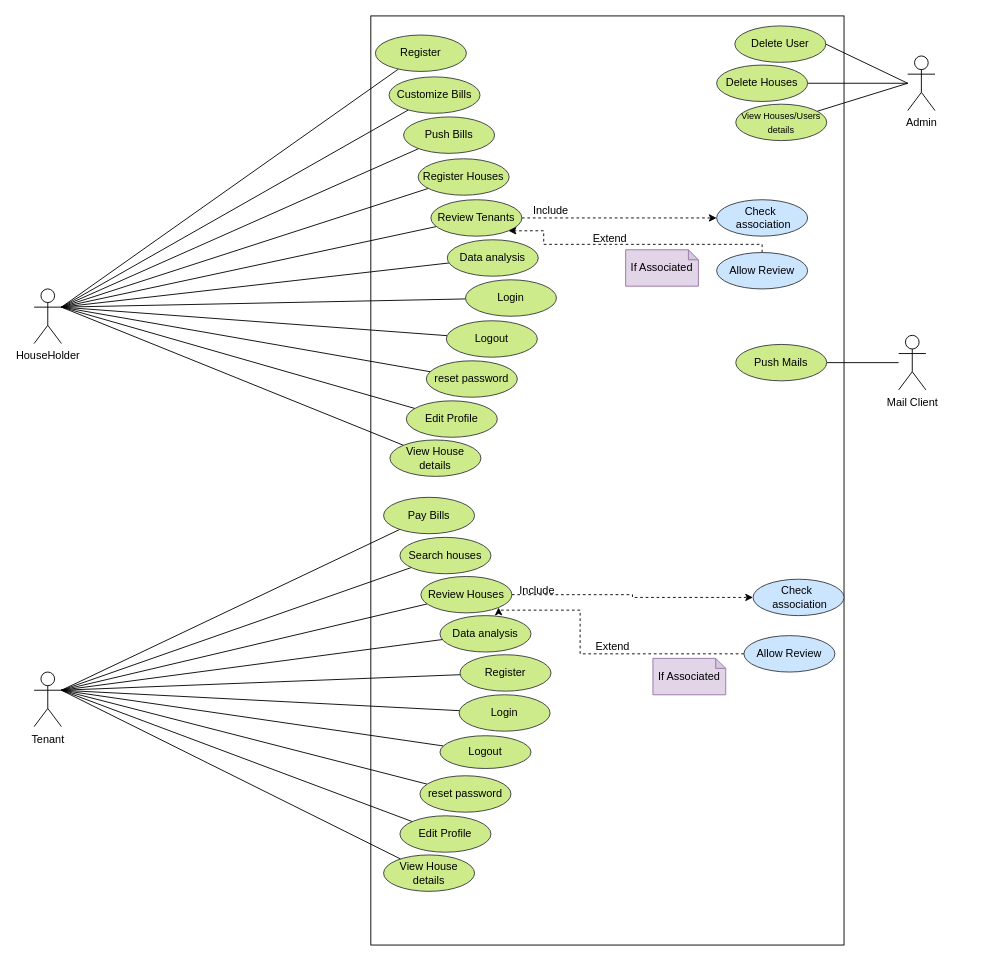
This is FYP-Doc/useCase.drawio from lsuyogya/House-Rent-Management, a draw.io file, before an edit. Source tidied: cells renumbered, new cells numbered last; positions are measured from the earlier drawing's top-left corner, leaving out a move shared by most shapes. Both pictures are drawn from the tidied source at 91%, with x=0, y=0 at pixel (34, 15).
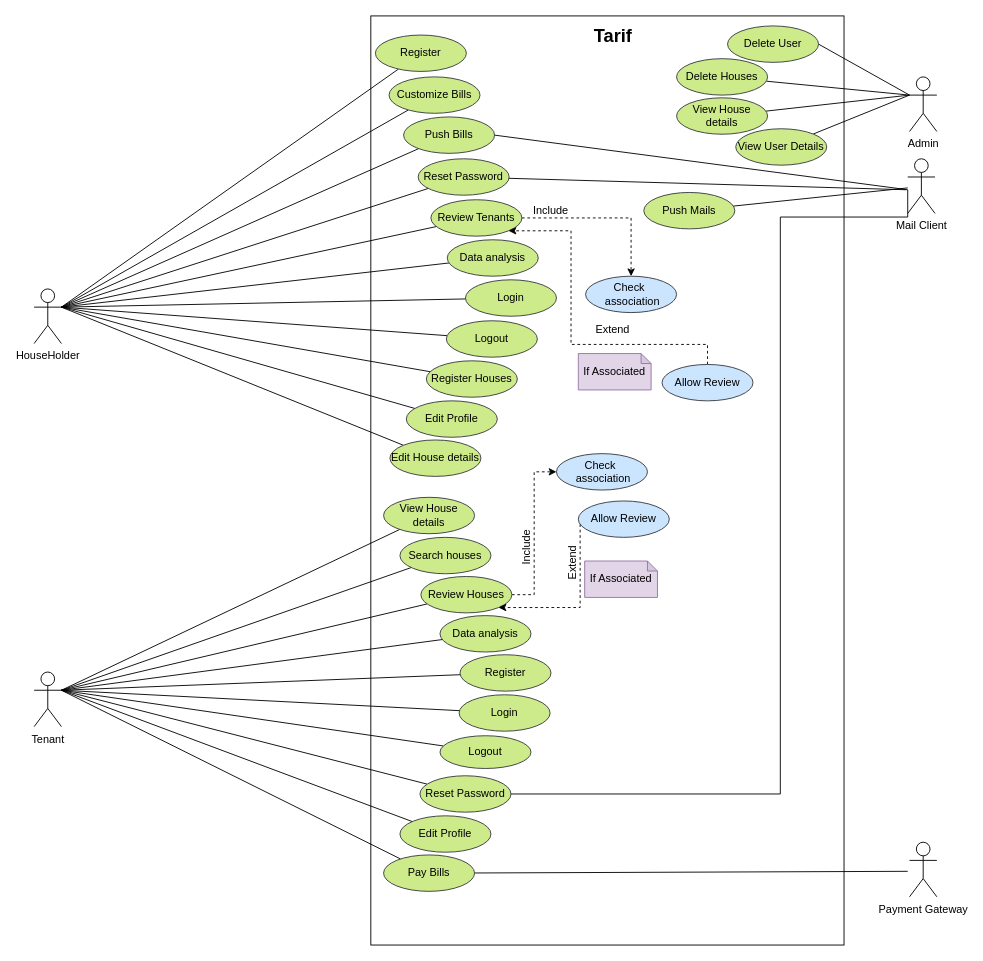
The same diagram, later.

The change refers to these unchanged cells:
```xml
<mxCell id="6" value="Push Bills" style="ellipse;whiteSpace=wrap;html=1;fillColor=#cdeb8b;strokeColor=#36393d;" parent="1" vertex="1">
  <mxGeometry x="406" y="111" width="100" height="40" as="geometry" />
</mxCell>
<mxCell id="17" value="Review Houses" style="ellipse;whiteSpace=wrap;html=1;fillColor=#cdeb8b;strokeColor=#36393d;" parent="1" vertex="1">
  <mxGeometry x="425" y="616" width="100" height="40" as="geometry" />
</mxCell>
<mxCell id="20" value="Review Tenants" style="ellipse;whiteSpace=wrap;html=1;fillColor=#cdeb8b;strokeColor=#36393d;" parent="1" vertex="1">
  <mxGeometry x="436" y="202" width="100" height="40" as="geometry" />
</mxCell>
```

What changed in the source:
```diff
@@
-    <mxCell id="10" value="Pay Bills" style="ellipse;whiteSpace=wrap;html=1;fillColor=#cdeb8b;strokeColor=#36393d;" parent="1" vertex="1">
+    <mxCell id="10" value="&lt;span&gt;View House details&lt;/span&gt;" style="ellipse;whiteSpace=wrap;html=1;fillColor=#cdeb8b;strokeColor=#36393d;" parent="1" vertex="1">
       <mxGeometry x="384" y="529" width="100" height="40" as="geometry" />
     </mxCell>
@@
+    <mxCell id="71" style="edgeStyle=none;rounded=0;jettySize=auto;html=1;endArrow=none;endFill=0;" parent="1" edge="1" source="12">
+      <mxGeometry relative="1" as="geometry">
+        <mxPoint x="958" y="191" as="targetPoint" />
+      </mxGeometry>
+    </mxCell>
-    <mxCell id="12" value="Register Houses" style="ellipse;whiteSpace=wrap;html=1;fillColor=#cdeb8b;strokeColor=#36393d;" parent="1" vertex="1">
+    <mxCell id="12" value="Reset Password" style="ellipse;whiteSpace=wrap;html=1;fillColor=#cdeb8b;strokeColor=#36393d;" parent="1" vertex="1">
       <mxGeometry x="422" y="157" width="100" height="40" as="geometry" />
     </mxCell>
@@
     <mxCell id="25" value="Check&amp;nbsp; &lt;br&gt;&amp;nbsp;association" style="ellipse;whiteSpace=wrap;html=1;fillColor=#cce5ff;strokeColor=#36393d;" parent="1" vertex="1">
-      <mxGeometry x="750" y="202" width="100" height="40" as="geometry" />
+      <mxGeometry x="606" y="286" width="100" height="40" as="geometry" />
     </mxCell>
     <mxCell id="26" style="edgeStyle=orthogonalEdgeStyle;rounded=0;jettySize=auto;html=1;entryX=1;entryY=1;entryDx=0;entryDy=0;dashed=1;" parent="1" edge="1" source="27" target="20">
       <mxGeometry relative="1" as="geometry">
         <Array as="points">
-          <mxPoint x="800" y="251" />
-          <mxPoint x="560" y="251" />
-          <mxPoint x="560" y="236" />
+          <mxPoint x="740" y="361" />
+          <mxPoint x="590" y="361" />
+          <mxPoint x="590" y="236" />
         </Array>
       </mxGeometry>
     </mxCell>
     <mxCell id="27" value="Allow Review" style="ellipse;whiteSpace=wrap;html=1;fillColor=#cce5ff;strokeColor=#36393d;" parent="1" vertex="1">
-      <mxGeometry x="750" y="260" width="100" height="40" as="geometry" />
+      <mxGeometry x="690" y="383" width="100" height="40" as="geometry" />
     </mxCell>
     <mxCell id="28" value="If Associated" style="shape=note;whiteSpace=wrap;html=1;backgroundOutline=1;darkOpacity=0.05;size=11;fillColor=#e1d5e7;strokeColor=#9673a6;" parent="1" vertex="1">
-      <mxGeometry x="650" y="257" width="80" height="40" as="geometry" />
+      <mxGeometry x="598" y="371" width="80" height="40" as="geometry" />
     </mxCell>
     <mxCell id="29" value="Check&amp;nbsp; &lt;br&gt;&amp;nbsp;association" style="ellipse;whiteSpace=wrap;html=1;fillColor=#cce5ff;strokeColor=#36393d;" parent="1" vertex="1">
-      <mxGeometry x="790" y="619" width="100" height="40" as="geometry" />
+      <mxGeometry x="574" y="481" width="100" height="40" as="geometry" />
     </mxCell>
@@
     <mxCell id="31" value="Extend" style="text;html=1;strokeColor=none;fillColor=none;align=center;verticalAlign=middle;whiteSpace=wrap;rounded=0;" parent="1" vertex="1">
-      <mxGeometry x="603" y="230" width="60" height="30" as="geometry" />
+      <mxGeometry x="606" y="330" width="60" height="30" as="geometry" />
     </mxCell>
-    <mxCell id="32" value="Include" style="text;html=1;strokeColor=none;fillColor=none;align=center;verticalAlign=middle;whiteSpace=wrap;rounded=0;" parent="1" vertex="1">
-      <mxGeometry x="523" y="617" width="60" height="30" as="geometry" />
+    <mxCell id="32" value="Include" style="text;html=1;strokeColor=none;fillColor=none;align=center;verticalAlign=middle;whiteSpace=wrap;rounded=0;rotation=-90;" parent="1" vertex="1">
+      <mxGeometry x="511" y="569" width="60" height="30" as="geometry" />
     </mxCell>
     <mxCell id="33" style="edgeStyle=orthogonalEdgeStyle;rounded=0;jettySize=auto;html=1;entryX=1;entryY=1;entryDx=0;entryDy=0;dashed=1;" parent="1" edge="1" source="34" target="17">
       <mxGeometry relative="1" as="geometry">
         <Array as="points">
-          <mxPoint x="600" y="701" />
-          <mxPoint x="600" y="653" />
+          <mxPoint x="600" y="650" />
         </Array>
       </mxGeometry>
     </mxCell>
     <mxCell id="34" value="Allow Review" style="ellipse;whiteSpace=wrap;html=1;fillColor=#cce5ff;strokeColor=#36393d;" parent="1" vertex="1">
-      <mxGeometry x="780" y="681" width="100" height="40" as="geometry" />
+      <mxGeometry x="598" y="533" width="100" height="40" as="geometry" />
     </mxCell>
-    <mxCell id="35" value="Extend" style="text;html=1;strokeColor=none;fillColor=none;align=center;verticalAlign=middle;whiteSpace=wrap;rounded=0;" parent="1" vertex="1">
-      <mxGeometry x="606" y="678" width="60" height="30" as="geometry" />
+    <mxCell id="35" value="Extend" style="text;html=1;strokeColor=none;fillColor=none;align=center;verticalAlign=middle;whiteSpace=wrap;rounded=0;rotation=-90;" parent="1" vertex="1">
+      <mxGeometry x="562" y="586" width="60" height="30" as="geometry" />
     </mxCell>
     <mxCell id="36" value="If Associated" style="shape=note;whiteSpace=wrap;html=1;backgroundOutline=1;darkOpacity=0.05;size=11;fillColor=#e1d5e7;strokeColor=#9673a6;" parent="1" vertex="1">
-      <mxGeometry x="680" y="706" width="80" height="40" as="geometry" />
+      <mxGeometry x="605" y="599" width="80" height="40" as="geometry" />
     </mxCell>
+    <mxCell id="72" style="rounded=0;jettySize=auto;html=1;entryX=1;entryY=0.5;entryDx=0;entryDy=0;endArrow=none;endFill=0;" parent="1" edge="1" target="6">
+      <mxGeometry relative="1" as="geometry">
+        <mxPoint x="960" y="191" as="sourcePoint" />
+      </mxGeometry>
+    </mxCell>
     <mxCell id="37" value="Mail Client" style="shape=umlActor;verticalLabelPosition=bottom;verticalAlign=top;html=1;outlineConnect=0;" parent="1" vertex="1">
-      <mxGeometry x="950" y="351" width="30" height="60" as="geometry" />
+      <mxGeometry x="960" y="157" width="30" height="60" as="geometry" />
     </mxCell>
-    <mxCell id="38" style="edgeStyle=none;rounded=0;jettySize=auto;html=1;entryX=1;entryY=0.5;entryDx=0;entryDy=0;endArrow=none;endFill=0;" parent="1" edge="1" target="40">
-      <mxGeometry relative="1" as="geometry">
-        <mxPoint x="960" y="74" as="sourcePoint" />
-      </mxGeometry>
+    <mxCell id="38" style="edgeStyle=none;rounded=0;jettySize=auto;html=1;entryX=1;entryY=0.5;entryDx=0;entryDy=0;endArrow=none;endFill=0;exitX=0;exitY=0.3333333333333333;exitDx=0;exitDy=0;exitPerimeter=0;" parent="1" edge="1" source="39" target="40">
+      <mxGeometry relative="1" as="geometry" />
     </mxCell>
     <mxCell id="39" value="Admin" style="shape=umlActor;verticalLabelPosition=bottom;verticalAlign=top;html=1;outlineConnect=0;" parent="1" vertex="1">
-      <mxGeometry x="960" y="44" width="30" height="60" as="geometry" />
+      <mxGeometry x="962" y="67" width="30" height="60" as="geometry" />
     </mxCell>
     <mxCell id="40" value="Delete User" style="ellipse;whiteSpace=wrap;html=1;fillColor=#cdeb8b;strokeColor=#36393d;" parent="1" vertex="1">
-      <mxGeometry x="770" y="11" width="100" height="40" as="geometry" />
+      <mxGeometry x="762" y="11" width="100" height="40" as="geometry" />
     </mxCell>
@@
-    <mxCell id="50" value="reset password" style="ellipse;whiteSpace=wrap;html=1;fillColor=#cdeb8b;strokeColor=#36393d;" parent="1" vertex="1">
+    <mxCell id="50" value="Register Houses" style="ellipse;whiteSpace=wrap;html=1;fillColor=#cdeb8b;strokeColor=#36393d;" parent="1" vertex="1">
       <mxGeometry x="431" y="379" width="100" height="40" as="geometry" />
     </mxCell>
@@
-    <mxCell id="54" value="View House details" style="ellipse;whiteSpace=wrap;html=1;fillColor=#cdeb8b;strokeColor=#36393d;" parent="1" vertex="1">
+    <mxCell id="54" value="Edit House details" style="ellipse;whiteSpace=wrap;html=1;fillColor=#cdeb8b;strokeColor=#36393d;" parent="1" vertex="1">
       <mxGeometry x="391" y="466" width="100" height="40" as="geometry" />
     </mxCell>
-    <mxCell id="55" style="edgeStyle=none;rounded=0;jettySize=auto;html=1;fontSize=12;endArrow=none;endFill=0;" parent="1" edge="1" source="56" target="39">
+    <mxCell id="55" style="edgeStyle=none;rounded=0;jettySize=auto;html=1;fontSize=12;endArrow=none;endFill=0;entryX=0;entryY=0.3333333333333333;entryDx=0;entryDy=0;entryPerimeter=0;" parent="1" edge="1" source="56" target="39">
       <mxGeometry relative="1" as="geometry" />
     </mxCell>
     <mxCell id="56" value="Delete Houses" style="ellipse;whiteSpace=wrap;html=1;fillColor=#cdeb8b;strokeColor=#36393d;" parent="1" vertex="1">
-      <mxGeometry x="750" y="54" width="100" height="40" as="geometry" />
+      <mxGeometry x="706" y="47" width="100" height="40" as="geometry" />
     </mxCell>
-    <mxCell id="57" style="edgeStyle=none;rounded=0;jettySize=auto;html=1;fontSize=12;endArrow=none;endFill=0;" parent="1" edge="1" source="58">
-      <mxGeometry relative="1" as="geometry">
-        <mxPoint x="960" y="74" as="targetPoint" />
-      </mxGeometry>
+    <mxCell id="57" style="edgeStyle=none;rounded=0;jettySize=auto;html=1;fontSize=12;endArrow=none;endFill=0;entryX=0;entryY=0.3333333333333333;entryDx=0;entryDy=0;entryPerimeter=0;" parent="1" edge="1" source="58" target="39">
+      <mxGeometry relative="1" as="geometry" />
     </mxCell>
-    <mxCell id="58" value="&lt;font style=&quot;font-size: 10px&quot;&gt;View Houses/Users details&lt;/font&gt;" style="ellipse;whiteSpace=wrap;html=1;fillColor=#cdeb8b;strokeColor=#36393d;" parent="1" vertex="1">
-      <mxGeometry x="771" y="97" width="100" height="40" as="geometry" />
+    <mxCell id="58" value="&lt;font style=&quot;font-size: 12px&quot;&gt;View House details&lt;/font&gt;" style="ellipse;whiteSpace=wrap;html=1;fillColor=#cdeb8b;strokeColor=#36393d;" parent="1" vertex="1">
+      <mxGeometry x="706" y="90" width="100" height="40" as="geometry" />
     </mxCell>
-    <mxCell id="59" style="edgeStyle=none;rounded=0;jettySize=auto;html=1;fontSize=12;endArrow=none;endFill=0;" parent="1" edge="1" source="60" target="37">
-      <mxGeometry relative="1" as="geometry" />
+    <mxCell id="59" style="edgeStyle=none;rounded=0;jettySize=auto;html=1;fontSize=12;endArrow=none;endFill=0;" parent="1" edge="1" source="60">
+      <mxGeometry relative="1" as="geometry">
+        <mxPoint x="960" y="189" as="targetPoint" />
+      </mxGeometry>
     </mxCell>
     <mxCell id="60" value="Push Mails" style="ellipse;whiteSpace=wrap;html=1;fillColor=#cdeb8b;strokeColor=#36393d;" parent="1" vertex="1">
-      <mxGeometry x="771" y="361" width="100" height="40" as="geometry" />
+      <mxGeometry x="670" y="194" width="100" height="40" as="geometry" />
     </mxCell>
@@
+    <mxCell id="73" style="edgeStyle=orthogonalEdgeStyle;rounded=0;jettySize=auto;html=1;endArrow=none;endFill=0;" parent="1" edge="1" source="66">
+      <mxGeometry relative="1" as="geometry">
+        <mxPoint x="960" y="191" as="targetPoint" />
+        <Array as="points">
+          <mxPoint x="820" y="855" />
+          <mxPoint x="820" y="221" />
+          <mxPoint x="960" y="221" />
+        </Array>
+      </mxGeometry>
+    </mxCell>
-    <mxCell id="66" value="reset password" style="ellipse;whiteSpace=wrap;html=1;fillColor=#cdeb8b;strokeColor=#36393d;" parent="1" vertex="1">
+    <mxCell id="66" value="Reset Password" style="ellipse;whiteSpace=wrap;html=1;fillColor=#cdeb8b;strokeColor=#36393d;" parent="1" vertex="1">
       <mxGeometry x="424" y="835" width="100" height="40" as="geometry" />
     </mxCell>
@@
+    <mxCell id="74" style="rounded=0;jettySize=auto;html=1;endArrow=none;endFill=0;" parent="1" edge="1" source="70">
+      <mxGeometry relative="1" as="geometry">
+        <mxPoint x="960" y="940" as="targetPoint" />
+      </mxGeometry>
+    </mxCell>
-    <mxCell id="70" value="View House details" style="ellipse;whiteSpace=wrap;html=1;fillColor=#cdeb8b;strokeColor=#36393d;" parent="1" vertex="1">
+    <mxCell id="70" value="Pay Bills" style="ellipse;whiteSpace=wrap;html=1;fillColor=#cdeb8b;strokeColor=#36393d;" parent="1" vertex="1">
       <mxGeometry x="384" y="922" width="100" height="40" as="geometry" />
     </mxCell>
+    <mxCell id="75" value="&lt;b&gt;&lt;font style=&quot;font-size: 20px&quot;&gt;Tarif&lt;/font&gt;&lt;/b&gt;" style="text;html=1;strokeColor=none;fillColor=none;align=center;verticalAlign=middle;whiteSpace=wrap;rounded=0;" parent="1" vertex="1">
+      <mxGeometry x="589.5" y="11" width="93" height="20" as="geometry" />
+    </mxCell>
+    <mxCell id="76" value="Payment Gateway" style="shape=umlActor;verticalLabelPosition=bottom;verticalAlign=top;html=1;" parent="1" vertex="1">
+      <mxGeometry x="962" y="908" width="30" height="60" as="geometry" />
+    </mxCell>
+    <mxCell id="77" style="edgeStyle=none;rounded=0;jettySize=auto;html=1;endArrow=none;endFill=0;entryX=0;entryY=0.3333333333333333;entryDx=0;entryDy=0;entryPerimeter=0;" parent="1" edge="1" source="78" target="39">
+      <mxGeometry relative="1" as="geometry" />
+    </mxCell>
+    <mxCell id="78" value="View User Details" style="ellipse;whiteSpace=wrap;html=1;fillColor=#cdeb8b;strokeColor=#36393d;" parent="1" vertex="1">
+      <mxGeometry x="771" y="124" width="100" height="40" as="geometry" />
+    </mxCell>
```
